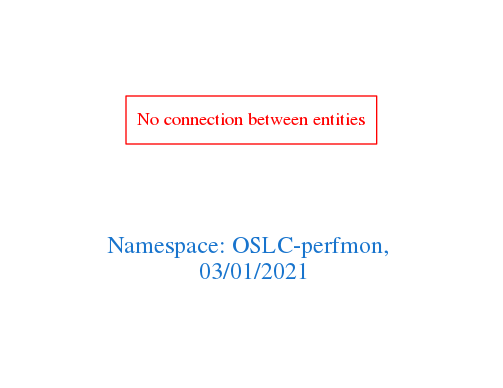
Before: downloads/OSLC-perfmon.png, a diagram exported from Graphviz (arago/OGIT). Its source is kept beside it as downloads/OSLC-perfmon.dot.
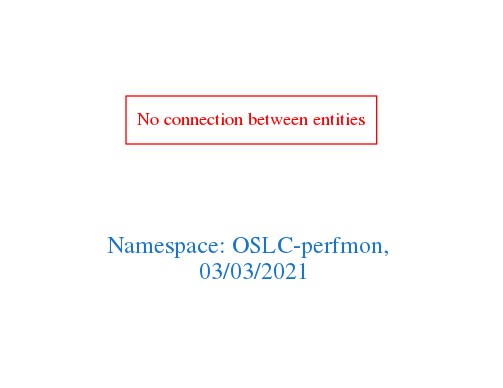
Above is the later version.

Change to the diagram source:
```diff
@@ -1,7 +1,7 @@
 digraph OGIT_ontology {
  graph [ rankdir= LR,pad=1
 fontsize = 18,
-fontcolor= dodgerblue3,label = "\n\n\nNamespace: OSLC-perfmon, \n 03/01/2021"];
+fontcolor= dodgerblue3,label = "\n\n\nNamespace: OSLC-perfmon, \n 03/03/2021"];
 node[shape=polygon];
 edge [  color="gray81"];
 
```
